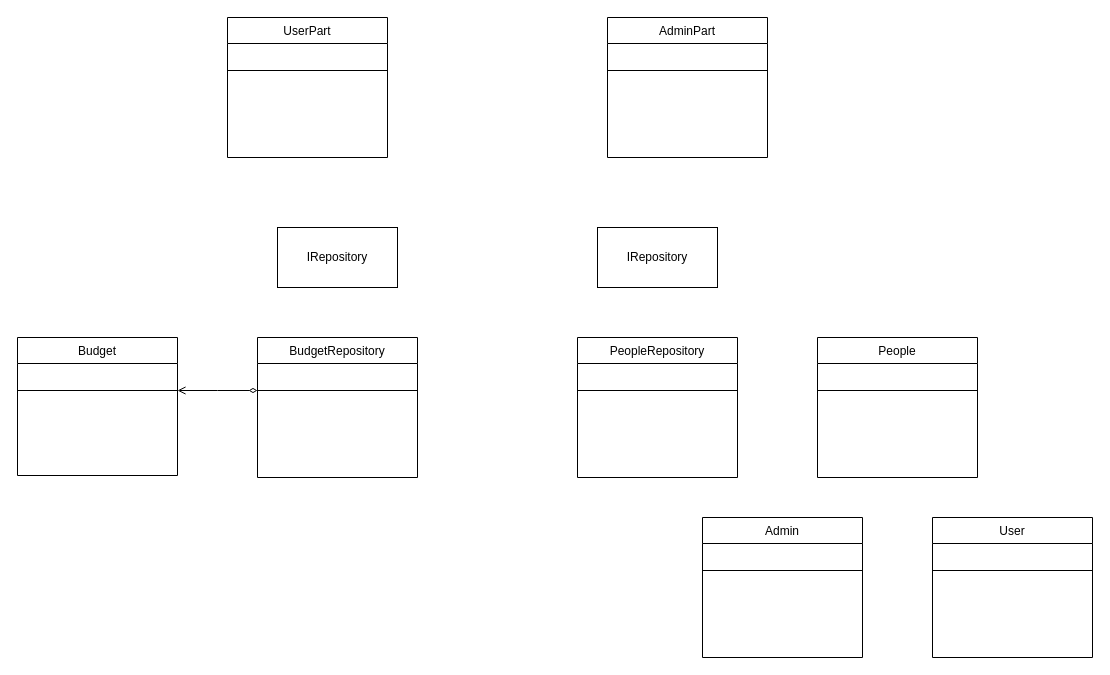
Earlier version of the draw.io diagram budgetdock_uml.drawio (SirBing/UML). Source tidied: cells renumbered, new cells numbered last; positions are measured from the earlier drawing's top-left corner, leaving out a move shared by most shapes. Both pictures are drawn from the tidied source at 100%, with x=0, y=0 at pixel (17, 17).
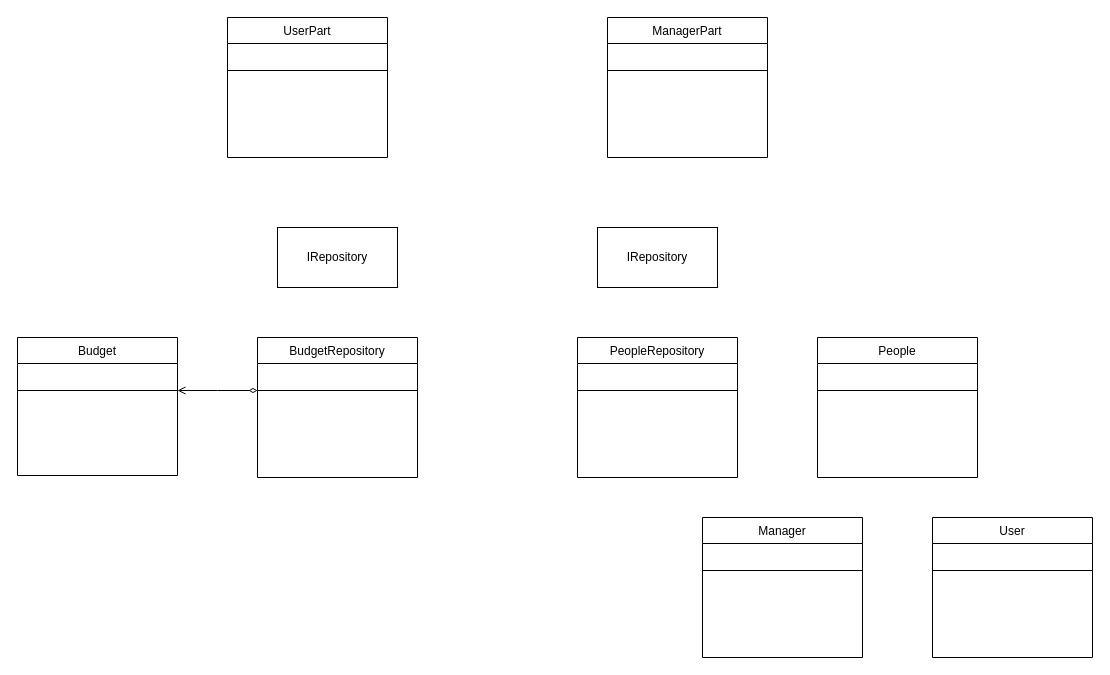
The same diagram, later.

The edit, as a diff of the source:
```diff
@@
-    <mxCell id="8" value="AdminPart" style="swimlane;fontStyle=0;align=center;verticalAlign=top;horizontal=1;startSize=26;rounded=0;shadow=0;strokeWidth=1;" parent="1" vertex="1">
+    <mxCell id="8" value="ManagerPart" style="swimlane;fontStyle=0;align=center;verticalAlign=top;horizontal=1;startSize=26;rounded=0;shadow=0;strokeWidth=1;" parent="1" vertex="1">
       <mxGeometry x="590" width="160" height="140" as="geometry" />
     </mxCell>
@@
-    <mxCell id="18" value="Admin" style="swimlane;fontStyle=0;align=center;verticalAlign=top;horizontal=1;startSize=26;rounded=0;shadow=0;strokeWidth=1;" parent="1" vertex="1">
+    <mxCell id="18" value="Manager" style="swimlane;fontStyle=0;align=center;verticalAlign=top;horizontal=1;startSize=26;rounded=0;shadow=0;strokeWidth=1;" parent="1" vertex="1">
       <mxGeometry x="685" y="500" width="160" height="140" as="geometry" />
     </mxCell>
```
